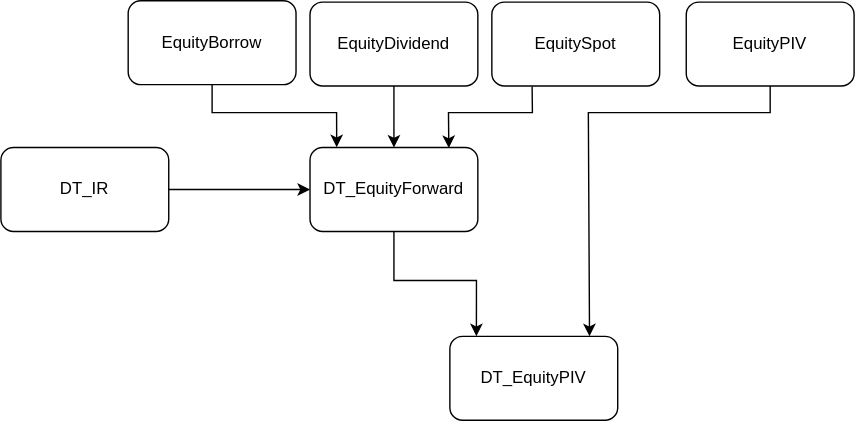
Genst/Architecture keeps this draw.io diagram as Equity_marketdata_dag.drawio.svg. Above is the earlier version. Source tidied: cells renumbered, new cells last; positions are measured from the earlier drawing's top-left corner, leaving out a move shared by most shapes.
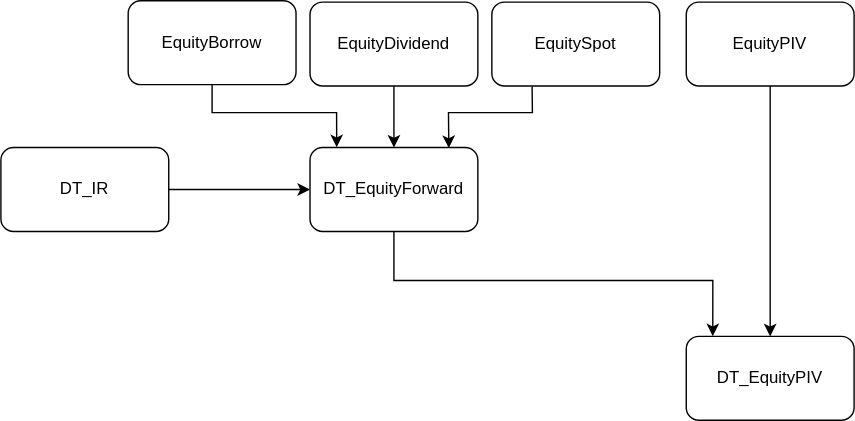
The same file after the commit.

Diff of the diagram source:
```diff
@@ -3,7 +3,7 @@
     <mxCell id="0" />
     <mxCell id="1" parent="0" />
     <mxCell id="2" value="DT_EquityPIV" style="rounded=1;whiteSpace=wrap;html=1;" parent="1" vertex="1">
-      <mxGeometry x="321" y="240" width="120" height="60" as="geometry" />
+      <mxGeometry x="490" y="240" width="120" height="60" as="geometry" />
     </mxCell>
     <mxCell id="3" value="DT_EquityForward" style="rounded=1;whiteSpace=wrap;html=1;" parent="1" vertex="1">
       <mxGeometry x="221" y="105" width="120" height="60" as="geometry" />
@@ -24,7 +24,7 @@
       <mxGeometry relative="1" as="geometry">
         <Array as="points">
           <mxPoint x="281" y="200" />
-          <mxPoint x="340" y="200" />
+          <mxPoint x="509" y="200" />
         </Array>
       </mxGeometry>
     </mxCell>
@@ -54,13 +54,8 @@
     <mxCell id="12" value="EquityPIV" style="rounded=1;whiteSpace=wrap;html=1;" parent="1" vertex="1">
       <mxGeometry x="490" y="1" width="120" height="60" as="geometry" />
     </mxCell>
-    <mxCell id="13" style="endArrow=classic;html=1;rounded=0;exitX=0.5;exitY=1;exitDx=0;exitDy=0;entryX=0.832;entryY=-0.001;entryDx=0;entryDy=0;entryPerimeter=0;" parent="1" edge="1" source="12" target="2">
-      <mxGeometry relative="1" as="geometry">
-        <Array as="points">
-          <mxPoint x="550" y="80" />
-          <mxPoint x="420" y="80" />
-        </Array>
-      </mxGeometry>
+    <mxCell id="13" style="endArrow=classic;html=1;rounded=0;exitX=0.5;exitY=1;exitDx=0;exitDy=0;entryX=0.5;entryY=0;entryDx=0;entryDy=0;" parent="1" edge="1" source="12" target="2">
+      <mxGeometry relative="1" as="geometry" />
     </mxCell>
     <mxCell id="14" style="endArrow=classic;html=1;rounded=0;entryX=0;entryY=0.5;entryDx=0;entryDy=0;exitX=1;exitY=0.5;exitDx=0;exitDy=0;" parent="1" edge="1" source="7" target="3">
       <mxGeometry relative="1" as="geometry" />
```
